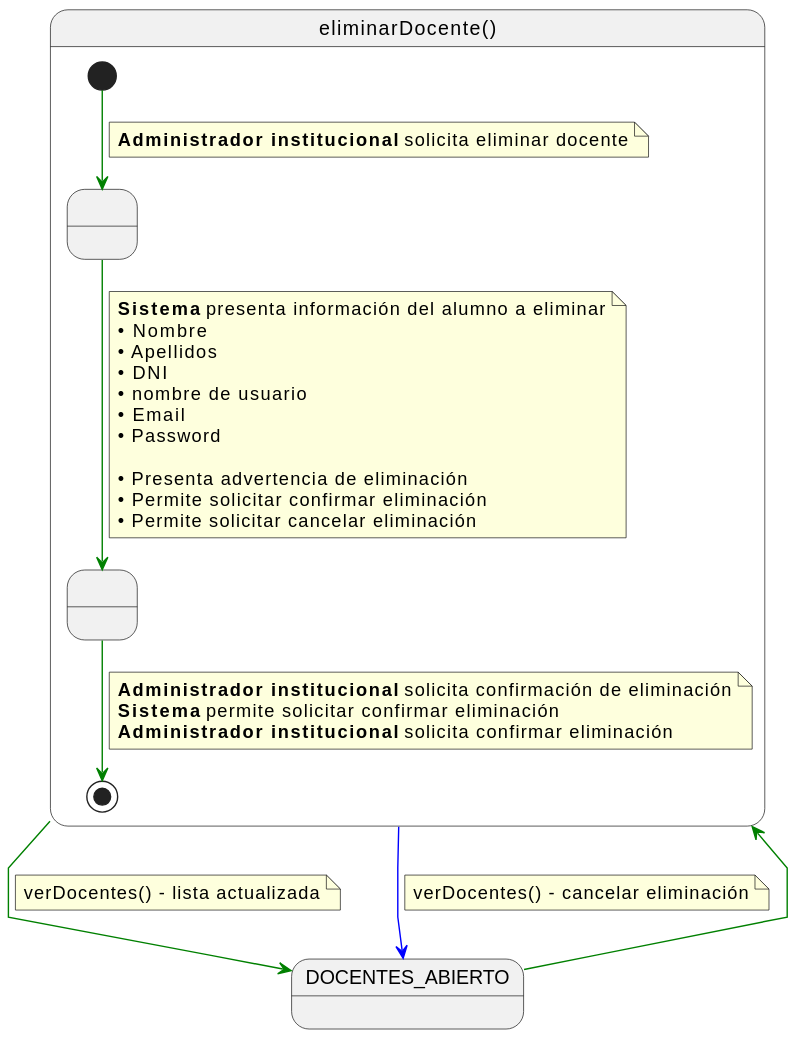
Before: documents/casos-de-uso/detalladoCasosDeUso/eliminarDocente/eliminarDocente.svg, a diagram exported from PlantUML (martinlopez7/25-26-IdSw1-SdR). The source it was exported from:
```plantuml
@startuml
skinparam linetype polyline

state eliminarDocente as "eliminarDocente()" {

    state " " as ConfirmandoEliminacion
    state " " as EliminandoDocente

    [*] -[#green]-> ConfirmandoEliminacion
    note on link
    <b>Administrador institucional</b> solicita eliminar docente
    end note

    ConfirmandoEliminacion -[#green]-> EliminandoDocente
    note on link
    <b>Sistema</b> presenta información del alumno a eliminar
    • Nombre
    • Apellidos
    • DNI
    • nombre de usuario
    • Email
    • Password

    • Presenta advertencia de eliminación
    • Permite solicitar confirmar eliminación
    • Permite solicitar cancelar eliminación
    end note

    EliminandoDocente -[#green]-> [*]
    note on link
    <b>Administrador institucional</b> solicita confirmación de eliminación
    <b>Sistema</b> permite solicitar confirmar eliminación
    <b>Administrador institucional</b> solicita confirmar eliminación
    end note
}

DOCENTES_ABIERTO -[#green]-> eliminarDocente

eliminarDocente -[#green]-> DOCENTES_ABIERTO
note on link
verDocentes() - lista actualizada
end note

eliminarDocente -[#blue]-> DOCENTES_ABIERTO
note on link
verDocentes() - cancelar eliminación
end note
@enduml
```
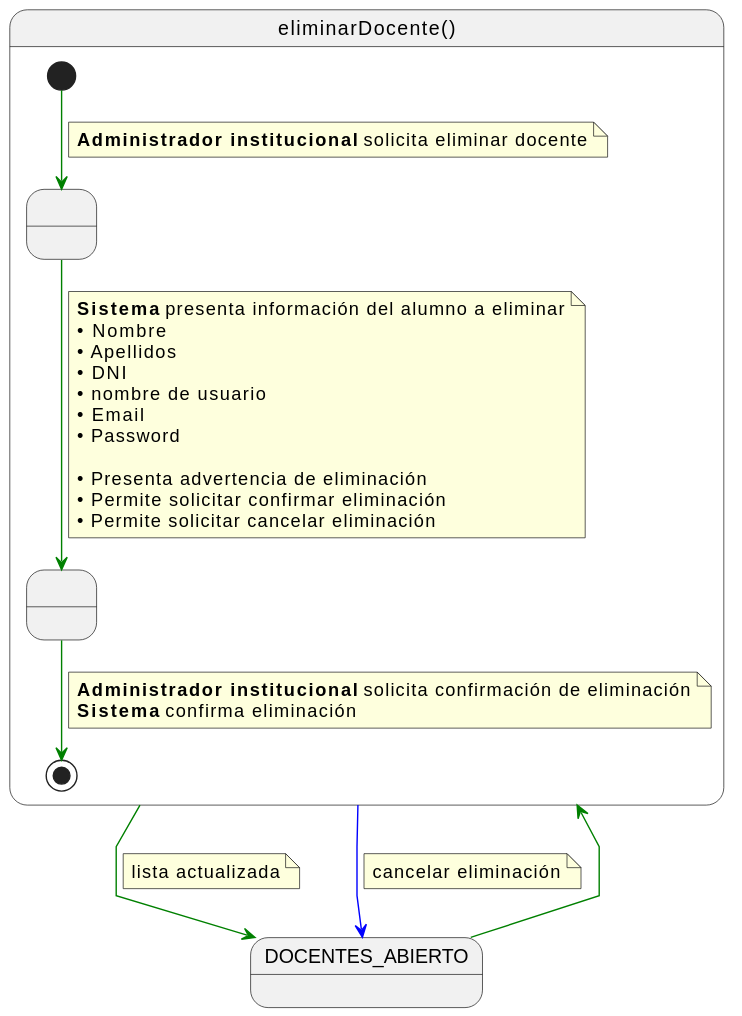
Later version of the same file.

Diff of the diagram source:
```diff
@@ -29,8 +29,7 @@
     EliminandoDocente -[#green]-> [*]
     note on link
     <b>Administrador institucional</b> solicita confirmación de eliminación
-    <b>Sistema</b> permite solicitar confirmar eliminación
-    <b>Administrador institucional</b> solicita confirmar eliminación
+    <b>Sistema</b> confirma eliminación
     end note
 }
 
@@ -38,11 +37,11 @@
 
 eliminarDocente -[#green]-> DOCENTES_ABIERTO
 note on link
-verDocentes() - lista actualizada
+lista actualizada
 end note
 
 eliminarDocente -[#blue]-> DOCENTES_ABIERTO
 note on link
-verDocentes() - cancelar eliminación
+cancelar eliminación
 end note
 @enduml
```
